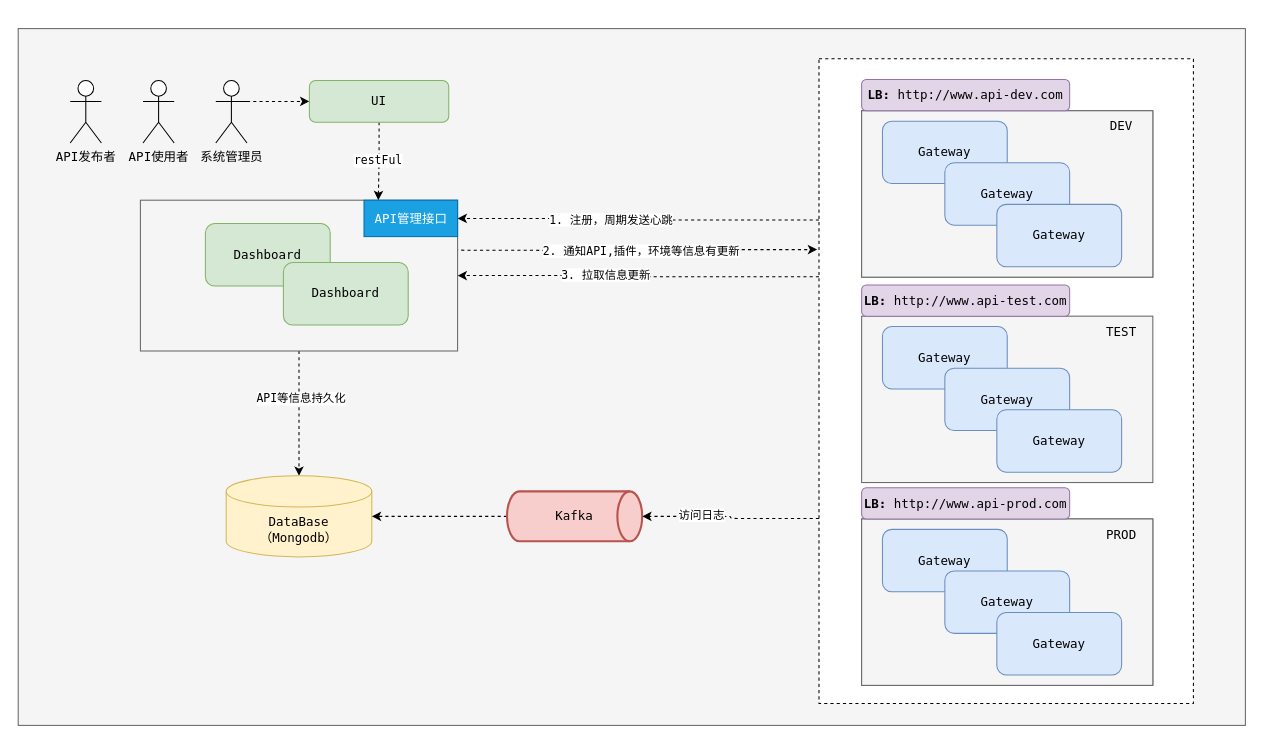
Earlier version of the draw.io diagram content/zh-cn/简介/images.drawio (tmzk1005/reactor-gateway-docs). Source tidied: cells renumbered, new cells numbered last; positions are measured from the earlier drawing's top-left corner, leaving out a move shared by most shapes. Both pictures are drawn from the tidied source at 104%, with x=0, y=0 at pixel (18, 28).
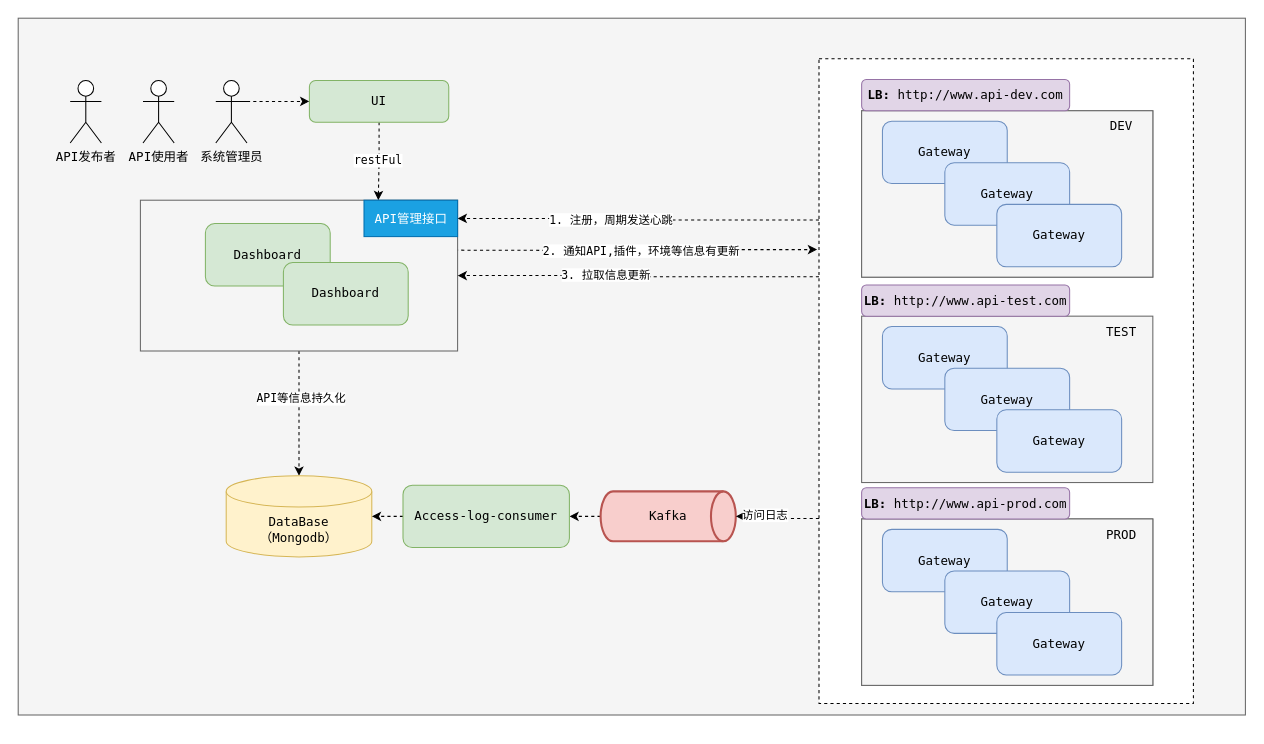
The same page after the edit.

The change refers to these unchanged cells:
```xml
<mxCell id="47" value="DataBase&lt;br&gt;（Mongodb）" style="shape=cylinder3;whiteSpace=wrap;html=1;boundedLbl=1;backgroundOutline=1;size=15;fontFamily=Lucida Console;fillColor=#fff2cc;strokeColor=#d6b656;" parent="1" vertex="1">
  <mxGeometry x="200" y="430" width="140" height="78" as="geometry" />
</mxCell>
```

Diff of the diagram source:
```diff
@@
     <mxCell id="2" style="rounded=0;whiteSpace=wrap;html=1;fontFamily=Lucida Console;fillColor=#f5f5f5;fontColor=#333333;strokeColor=#666666;" parent="1" vertex="1">
-      <mxGeometry width="1180" height="670" as="geometry" />
+      <mxGeometry y="-10" width="1180" height="670" as="geometry" />
     </mxCell>
@@
-    <mxCell id="48" style="edgeStyle=orthogonalEdgeStyle;html=1;exitX=0;exitY=0.5;exitDx=0;exitDy=0;exitPerimeter=0;entryX=1;entryY=0.5;entryDx=0;entryDy=0;entryPerimeter=0;dashed=1;fontFamily=Lucida Console;" parent="1" edge="1" source="49" target="47">
-      <mxGeometry relative="1" as="geometry" />
-    </mxCell>
+    <mxCell id="52" style="edgeStyle=none;html=1;exitX=0;exitY=0.5;exitDx=0;exitDy=0;exitPerimeter=0;entryX=1;entryY=0.5;entryDx=0;entryDy=0;dashed=1;" parent="1" edge="1" source="49" target="54">
+      <mxGeometry relative="1" as="geometry" />
+    </mxCell>
     <mxCell id="49" value="Kafka" style="strokeWidth=2;html=1;shape=mxgraph.flowchart.direct_data;whiteSpace=wrap;fontFamily=Lucida Console;fillColor=#f8cecc;strokeColor=#b85450;" parent="1" vertex="1">
-      <mxGeometry x="470" y="445" width="130" height="48" as="geometry" />
+      <mxGeometry x="560" y="445" width="130" height="48" as="geometry" />
     </mxCell>
@@
+    <mxCell id="53" style="edgeStyle=none;html=1;exitX=0;exitY=0.5;exitDx=0;exitDy=0;entryX=1;entryY=0.5;entryDx=0;entryDy=0;entryPerimeter=0;dashed=1;" parent="1" edge="1" source="54" target="47">
+      <mxGeometry relative="1" as="geometry" />
+    </mxCell>
+    <mxCell id="54" value="Access-log-consumer" style="rounded=1;whiteSpace=wrap;html=1;fillColor=#d5e8d4;strokeColor=#82b366;fontFamily=Lucida Console;" parent="1" vertex="1">
+      <mxGeometry x="370" y="439" width="160" height="60" as="geometry" />
+    </mxCell>
```
